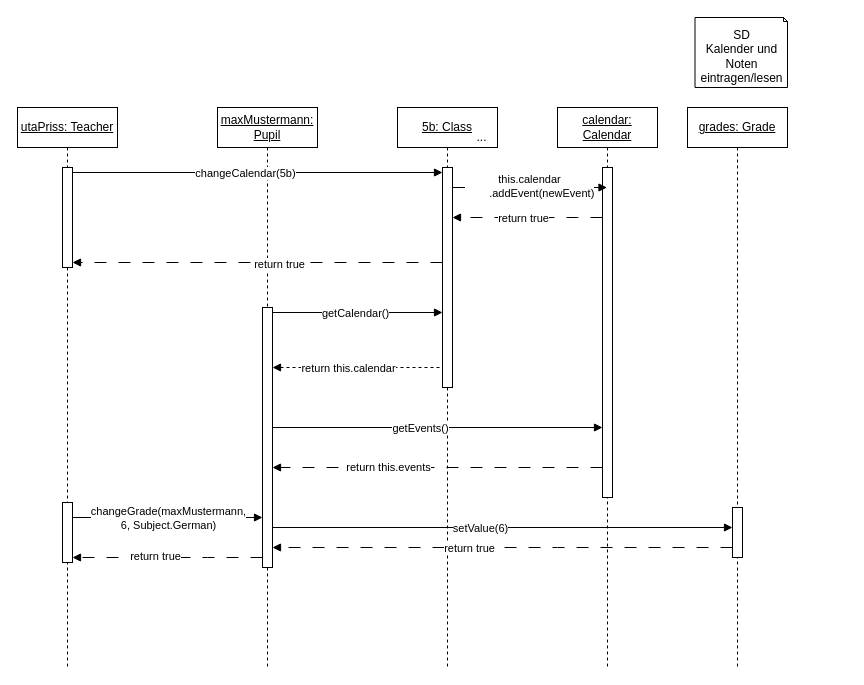
This is Sequenzdiagramm.drawio from TrainFan1804/SchulverwaltungUML, a draw.io file, before an edit. Source tidied: cells renumbered, new cells numbered last; positions are measured from the earlier drawing's top-left corner, leaving out a move shared by most shapes. Both pictures are drawn from the tidied source at 100%, with x=0, y=0 at pixel (17, 17).
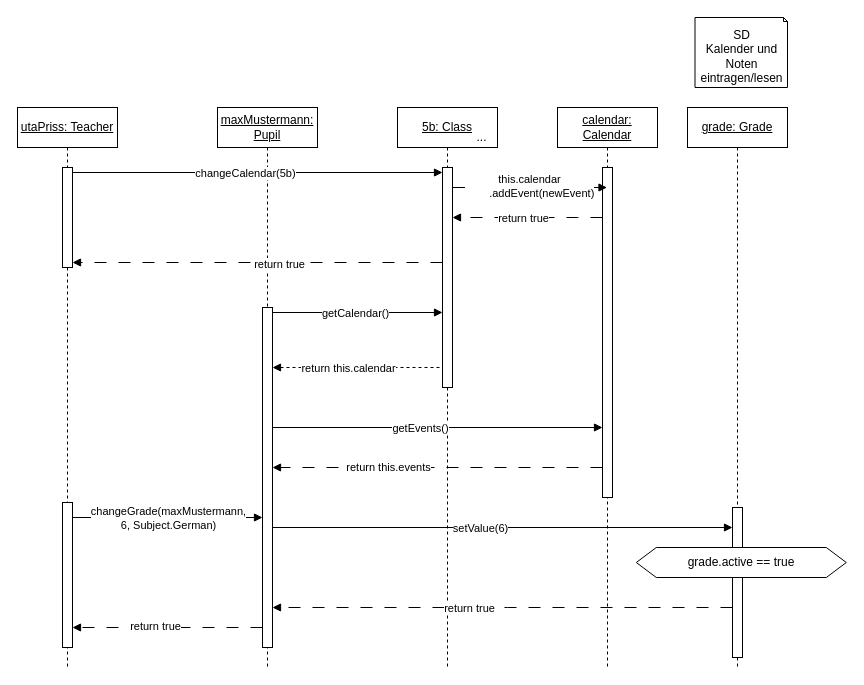
The same diagram, later.

Commit message:
Adding important feature

The change refers to these unchanged cells:
```xml
<mxCell id="3" value="&lt;u&gt;maxMustermann: Pupil&lt;/u&gt;" style="shape=umlLifeline;perimeter=lifelinePerimeter;whiteSpace=wrap;html=1;newEdgeStyle={&quot;edgeStyle&quot;:&quot;elbowEdgeStyle&quot;,&quot;elbow&quot;:&quot;vertical&quot;,&quot;curved&quot;:0,&quot;rounded&quot;:0};" parent="1" vertex="1">
  <mxGeometry x="200" y="90" width="100" height="560" as="geometry" />
</mxCell>
<mxCell id="15" value="&lt;u&gt;utaPriss: Teacher&lt;/u&gt;" style="shape=umlLifeline;perimeter=lifelinePerimeter;whiteSpace=wrap;html=1;newEdgeStyle={&quot;edgeStyle&quot;:&quot;elbowEdgeStyle&quot;,&quot;elbow&quot;:&quot;vertical&quot;,&quot;curved&quot;:0,&quot;rounded&quot;:0};" parent="1" vertex="1">
  <mxGeometry y="90" width="100" height="560" as="geometry" />
</mxCell>
```

Diff of the diagram source:
```diff
@@
     <mxCell id="4" style="html=1;points=[[0,0,0,0,5],[0,1,0,0,-5],[1,0,0,0,5],[1,1,0,0,-5]];perimeter=orthogonalPerimeter;outlineConnect=0;targetShapes=umlLifeline;portConstraint=eastwest;newEdgeStyle={&quot;curved&quot;:0,&quot;rounded&quot;:0};" parent="3" vertex="1">
-      <mxGeometry x="45" y="200" width="10" height="260" as="geometry" />
+      <mxGeometry x="45" y="200" width="10" height="340" as="geometry" />
     </mxCell>
@@
     <mxCell id="17" style="html=1;points=[[0,0,0,0,5],[0,1,0,0,-5],[1,0,0,0,5],[1,1,0,0,-5]];perimeter=orthogonalPerimeter;outlineConnect=0;targetShapes=umlLifeline;portConstraint=eastwest;newEdgeStyle={&quot;curved&quot;:0,&quot;rounded&quot;:0};" parent="15" vertex="1">
-      <mxGeometry x="45" y="395" width="10" height="60" as="geometry" />
+      <mxGeometry x="45" y="395" width="10" height="145" as="geometry" />
     </mxCell>
@@
-    <mxCell id="31" value="&lt;u&gt;grades: Grade&lt;/u&gt;" style="shape=umlLifeline;perimeter=lifelinePerimeter;whiteSpace=wrap;html=1;newEdgeStyle={&quot;edgeStyle&quot;:&quot;elbowEdgeStyle&quot;,&quot;elbow&quot;:&quot;vertical&quot;,&quot;curved&quot;:0,&quot;rounded&quot;:0};" parent="1" vertex="1">
+    <mxCell id="31" value="&lt;u&gt;grade: Grade&lt;/u&gt;" style="shape=umlLifeline;perimeter=lifelinePerimeter;whiteSpace=wrap;html=1;newEdgeStyle={&quot;edgeStyle&quot;:&quot;elbowEdgeStyle&quot;,&quot;elbow&quot;:&quot;vertical&quot;,&quot;curved&quot;:0,&quot;rounded&quot;:0};" parent="1" vertex="1">
       <mxGeometry x="670" y="90" width="100" height="560" as="geometry" />
     </mxCell>
     <mxCell id="32" style="html=1;points=[[0,0,0,0,5],[0,1,0,0,-5],[1,0,0,0,5],[1,1,0,0,-5]];perimeter=orthogonalPerimeter;outlineConnect=0;targetShapes=umlLifeline;portConstraint=eastwest;newEdgeStyle={&quot;curved&quot;:0,&quot;rounded&quot;:0};" parent="31" vertex="1">
-      <mxGeometry x="45" y="400" width="10" height="50" as="geometry" />
+      <mxGeometry x="45" y="400" width="10" height="150" as="geometry" />
     </mxCell>
@@
     <mxCell id="35" style="edgeStyle=orthogonalEdgeStyle;rounded=0;jettySize=auto;html=1;curved=0;dashed=1;endArrow=block;endFill=1;dashPattern=12 12;" parent="1" edge="1" source="32" target="4">
       <mxGeometry relative="1" as="geometry">
         <Array as="points">
-          <mxPoint x="540" y="530" />
-          <mxPoint x="540" y="530" />
+          <mxPoint x="490" y="590" />
+          <mxPoint x="490" y="590" />
         </Array>
       </mxGeometry>
     </mxCell>
@@
     <mxCell id="37" style="edgeStyle=orthogonalEdgeStyle;rounded=0;jettySize=auto;html=1;curved=0;endArrow=block;endFill=1;dashed=1;dashPattern=12 12;" parent="1" edge="1" source="4" target="17">
       <mxGeometry relative="1" as="geometry">
         <Array as="points">
-          <mxPoint x="190" y="540" />
-          <mxPoint x="190" y="540" />
+          <mxPoint x="160" y="610" />
+          <mxPoint x="160" y="610" />
         </Array>
       </mxGeometry>
     </mxCell>
@@
+    <mxCell id="39" value="grade.active == true" style="shape=hexagon;perimeter=hexagonPerimeter2;whiteSpace=wrap;html=1;fixedSize=1;" parent="1" vertex="1">
+      <mxGeometry x="618.8" y="530" width="210" height="30" as="geometry" />
+    </mxCell>
```
